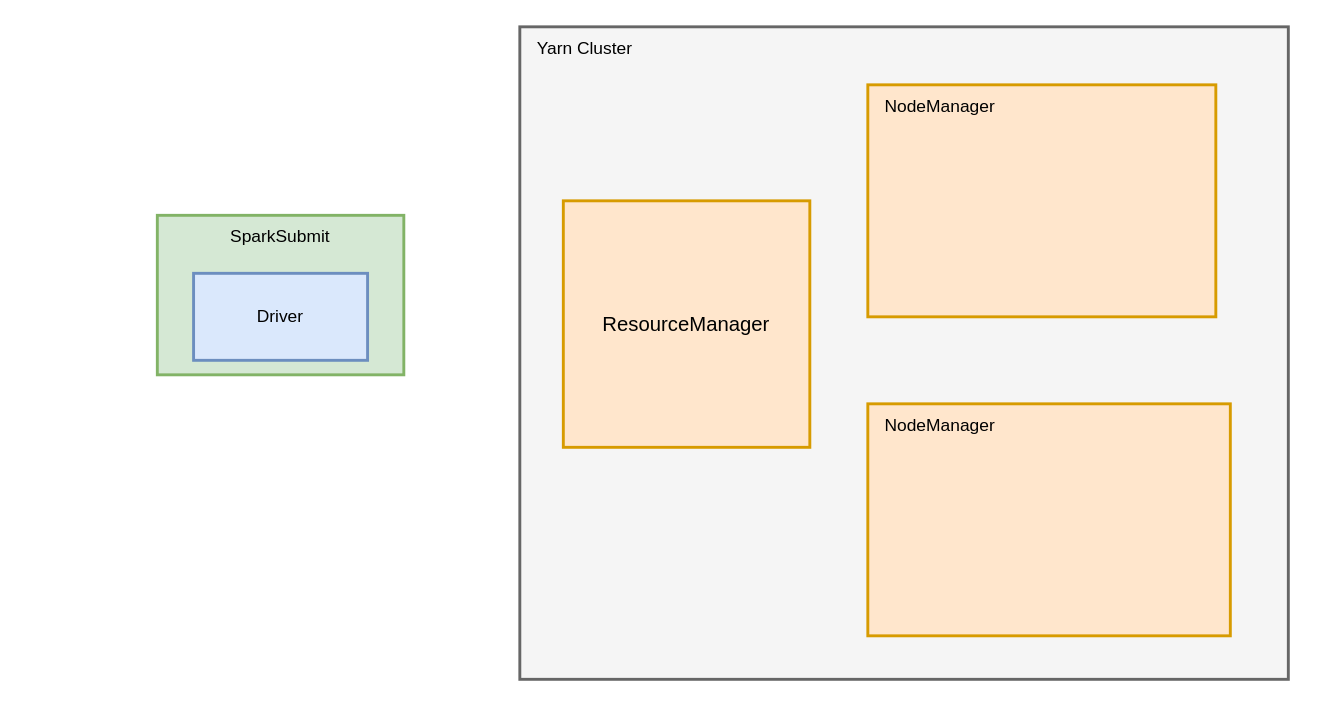
Earlier version of the draw.io diagram spark-client模式任务提交流程.drawio (wroldchinalee/drawio). Source tidied: cells renumbered, new cells numbered last; positions are measured from the earlier drawing's top-left corner, leaving out a move shared by most shapes. Both pictures are drawn from the tidied source at 145%, with x=0, y=0 at pixel (157, 26).
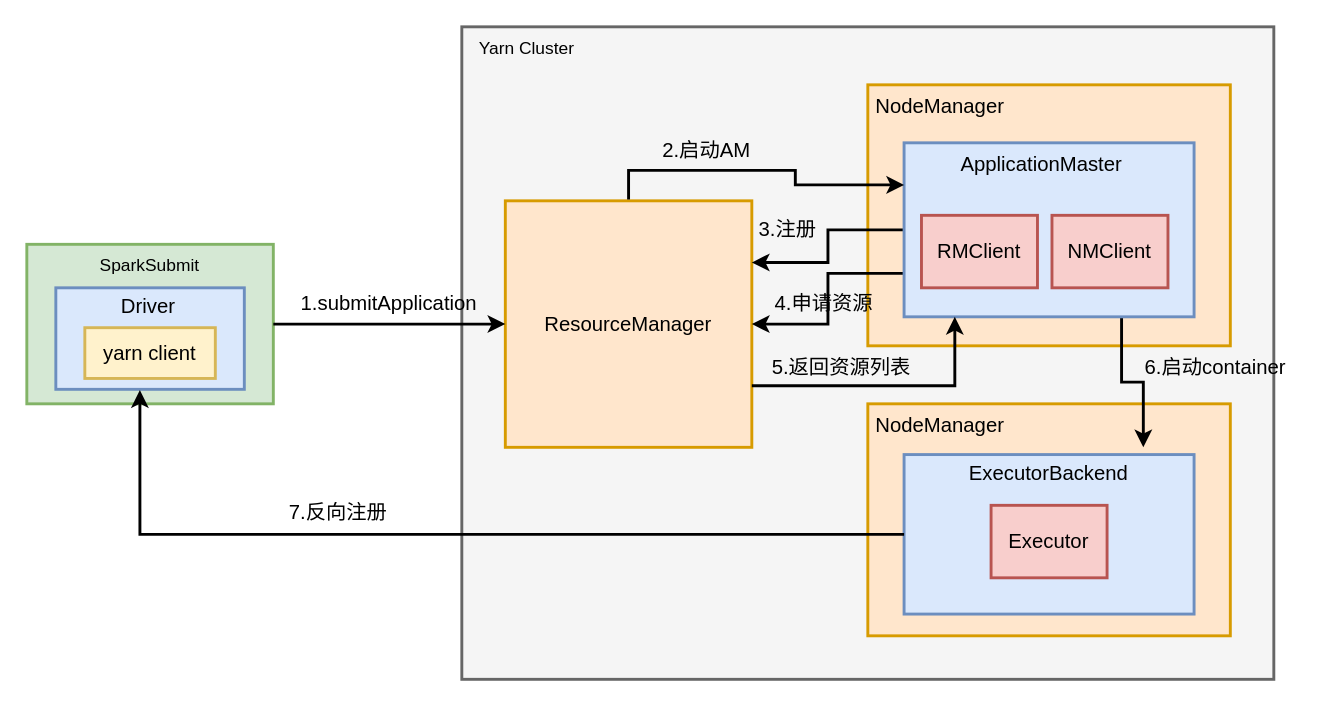
The same diagram, later.

Commit message:
更新spark-client模式任务提交流程.drawio

The edit, as a diff of the source:
```diff
@@
-    <mxCell id="2" style="rounded=0;whiteSpace=wrap;html=1;fillColor=#d5e8d4;strokeColor=#82b366;strokeWidth=2;" parent="1" vertex="1">
-      <mxGeometry y="130" width="170" height="110" as="geometry" />
-    </mxCell>
-    <mxCell id="3" value="SparkSubmit" style="text;html=1;strokeColor=none;fillColor=none;align=center;verticalAlign=middle;whiteSpace=wrap;rounded=0;strokeWidth=2;" parent="1" vertex="1">
-      <mxGeometry x="55" y="130" width="60" height="30" as="geometry" />
-    </mxCell>
-    <mxCell id="4" value="Driver" style="rounded=0;whiteSpace=wrap;html=1;strokeWidth=2;fillColor=#dae8fc;strokeColor=#6c8ebf;" parent="1" vertex="1">
-      <mxGeometry x="25" y="170" width="120" height="60" as="geometry" />
-    </mxCell>
     <mxCell id="5" style="rounded=0;whiteSpace=wrap;html=1;strokeWidth=2;fillColor=#f5f5f5;fontColor=#333333;strokeColor=#666666;" parent="1" vertex="1">
-      <mxGeometry x="250" width="530" height="450" as="geometry" />
+      <mxGeometry x="210" width="560" height="450" as="geometry" />
     </mxCell>
     <mxCell id="6" value="Yarn Cluster" style="text;html=1;strokeColor=none;fillColor=none;align=center;verticalAlign=middle;whiteSpace=wrap;rounded=0;strokeWidth=2;" parent="1" vertex="1">
-      <mxGeometry x="250" width="90" height="30" as="geometry" />
+      <mxGeometry x="210" width="90" height="30" as="geometry" />
     </mxCell>
     <mxCell id="7" value="&lt;font style=&quot;font-size: 14px;&quot;&gt;ResourceManager&lt;/font&gt;" style="rounded=0;whiteSpace=wrap;html=1;strokeWidth=2;fillColor=#ffe6cc;strokeColor=#d79b00;" parent="1" vertex="1">
-      <mxGeometry x="280" y="120" width="170" height="170" as="geometry" />
+      <mxGeometry x="240" y="120" width="170" height="170" as="geometry" />
     </mxCell>
     <mxCell id="8" style="rounded=0;whiteSpace=wrap;html=1;strokeWidth=2;fillColor=#ffe6cc;strokeColor=#d79b00;" parent="1" vertex="1">
-      <mxGeometry x="490" y="40" width="240" height="160" as="geometry" />
+      <mxGeometry x="490" y="40" width="250" height="180" as="geometry" />
     </mxCell>
-    <mxCell id="9" value="NodeManager" style="text;html=1;strokeColor=none;fillColor=none;align=center;verticalAlign=middle;whiteSpace=wrap;rounded=0;strokeWidth=2;" parent="1" vertex="1">
+    <mxCell id="9" value="&lt;font style=&quot;font-size: 14px;&quot;&gt;NodeManager&lt;/font&gt;" style="text;html=1;strokeColor=none;fillColor=none;align=center;verticalAlign=middle;whiteSpace=wrap;rounded=0;strokeWidth=2;" parent="1" vertex="1">
       <mxGeometry x="500" y="40" width="80" height="30" as="geometry" />
     </mxCell>
@@
-    <mxCell id="11" value="NodeManager" style="text;html=1;strokeColor=none;fillColor=none;align=center;verticalAlign=middle;whiteSpace=wrap;rounded=0;strokeWidth=2;" parent="1" vertex="1">
+    <mxCell id="11" value="&lt;font style=&quot;font-size: 14px;&quot;&gt;NodeManager&lt;/font&gt;" style="text;html=1;strokeColor=none;fillColor=none;align=center;verticalAlign=middle;whiteSpace=wrap;rounded=0;strokeWidth=2;" parent="1" vertex="1">
       <mxGeometry x="500" y="260" width="80" height="30" as="geometry" />
     </mxCell>
+    <mxCell id="12" style="edgeStyle=orthogonalEdgeStyle;rounded=0;jettySize=auto;html=1;entryX=1;entryY=0.25;entryDx=0;entryDy=0;strokeWidth=2;fontSize=14;" parent="1" edge="1" source="15" target="7">
+      <mxGeometry relative="1" as="geometry" />
+    </mxCell>
+    <mxCell id="13" style="edgeStyle=orthogonalEdgeStyle;rounded=0;jettySize=auto;html=1;exitX=0;exitY=0.75;exitDx=0;exitDy=0;strokeWidth=2;fontSize=14;" parent="1" edge="1" source="15" target="7">
+      <mxGeometry relative="1" as="geometry" />
+    </mxCell>
+    <mxCell id="14" style="edgeStyle=orthogonalEdgeStyle;rounded=0;jettySize=auto;html=1;exitX=0.75;exitY=1;exitDx=0;exitDy=0;entryX=1;entryY=0;entryDx=0;entryDy=0;strokeWidth=2;fontSize=14;" parent="1" edge="1" source="15" target="20">
+      <mxGeometry relative="1" as="geometry" />
+    </mxCell>
+    <mxCell id="15" style="rounded=0;whiteSpace=wrap;html=1;strokeWidth=2;fontSize=14;fillColor=#dae8fc;strokeColor=#6c8ebf;" parent="1" vertex="1">
+      <mxGeometry x="515" y="80" width="200" height="120" as="geometry" />
+    </mxCell>
+    <mxCell id="16" value="ApplicationMaster" style="text;html=1;strokeColor=none;fillColor=none;align=center;verticalAlign=middle;whiteSpace=wrap;rounded=0;strokeWidth=2;fontSize=14;" parent="1" vertex="1">
+      <mxGeometry x="580" y="80" width="60" height="30" as="geometry" />
+    </mxCell>
+    <mxCell id="17" value="RMClient" style="rounded=0;whiteSpace=wrap;html=1;strokeWidth=2;fontSize=14;fillColor=#f8cecc;strokeColor=#b85450;" parent="1" vertex="1">
+      <mxGeometry x="527" y="130" width="80" height="50" as="geometry" />
+    </mxCell>
+    <mxCell id="18" value="NMClient" style="rounded=0;whiteSpace=wrap;html=1;strokeWidth=2;fontSize=14;fillColor=#f8cecc;strokeColor=#b85450;" parent="1" vertex="1">
+      <mxGeometry x="617" y="130" width="80" height="50" as="geometry" />
+    </mxCell>
+    <mxCell id="19" style="rounded=0;whiteSpace=wrap;html=1;strokeWidth=2;fontSize=14;fillColor=#dae8fc;strokeColor=#6c8ebf;" parent="1" vertex="1">
+      <mxGeometry x="515" y="295" width="200" height="110" as="geometry" />
+    </mxCell>
+    <mxCell id="20" value="ExecutorBackend" style="text;html=1;strokeColor=none;fillColor=none;align=center;verticalAlign=middle;whiteSpace=wrap;rounded=0;strokeWidth=2;fontSize=14;" parent="1" vertex="1">
+      <mxGeometry x="550" y="290" width="130" height="35" as="geometry" />
+    </mxCell>
+    <mxCell id="21" value="Executor" style="rounded=0;whiteSpace=wrap;html=1;strokeWidth=2;fontSize=14;fillColor=#f8cecc;strokeColor=#b85450;" parent="1" vertex="1">
+      <mxGeometry x="575" y="330" width="80" height="50" as="geometry" />
+    </mxCell>
+    <mxCell id="22" style="group;" parent="1" vertex="1">
+      <mxGeometry x="-90" y="150" width="170" height="110" as="geometry" />
+    </mxCell>
+    <mxCell id="2" style="rounded=0;whiteSpace=wrap;html=1;fillColor=#d5e8d4;strokeColor=#82b366;strokeWidth=2;" parent="22" vertex="1">
+      <mxGeometry width="170" height="110" as="geometry" />
+    </mxCell>
+    <mxCell id="3" value="SparkSubmit" style="text;html=1;strokeColor=none;fillColor=none;align=center;verticalAlign=middle;whiteSpace=wrap;rounded=0;strokeWidth=2;" parent="22" vertex="1">
+      <mxGeometry x="55" width="60" height="30" as="geometry" />
+    </mxCell>
+    <mxCell id="4" style="rounded=0;whiteSpace=wrap;html=1;strokeWidth=2;fillColor=#dae8fc;strokeColor=#6c8ebf;" parent="22" vertex="1">
+      <mxGeometry x="20" y="30" width="130" height="70" as="geometry" />
+    </mxCell>
+    <mxCell id="23" value="Driver" style="text;html=1;strokeColor=none;fillColor=none;align=center;verticalAlign=middle;whiteSpace=wrap;rounded=0;strokeWidth=2;fontSize=14;" parent="22" vertex="1">
+      <mxGeometry x="54" y="30" width="60" height="25" as="geometry" />
+    </mxCell>
+    <mxCell id="24" value="yarn client" style="rounded=0;whiteSpace=wrap;html=1;strokeWidth=2;fontSize=14;fillColor=#fff2cc;strokeColor=#d6b656;" parent="22" vertex="1">
+      <mxGeometry x="40" y="57.5" width="90" height="35" as="geometry" />
+    </mxCell>
+    <mxCell id="25" style="edgeStyle=orthogonalEdgeStyle;rounded=0;jettySize=auto;html=1;fontSize=14;strokeWidth=2;" parent="1" edge="1" source="2" target="7">
+      <mxGeometry relative="1" as="geometry" />
+    </mxCell>
+    <mxCell id="26" value="1.submitApplication" style="text;html=1;strokeColor=none;fillColor=none;align=center;verticalAlign=middle;whiteSpace=wrap;rounded=0;strokeWidth=2;fontSize=14;" parent="1" vertex="1">
+      <mxGeometry x="130" y="176" width="60" height="30" as="geometry" />
+    </mxCell>
+    <mxCell id="27" style="edgeStyle=orthogonalEdgeStyle;rounded=0;orthogonalLoop=1;jettySize=auto;html=1;entryX=0;entryY=0.25;entryDx=0;entryDy=0;strokeWidth=2;fontSize=14;exitX=0.5;exitY=0;exitDx=0;exitDy=0;" parent="1" edge="1">
+      <mxGeometry relative="1" as="geometry">
+        <mxPoint x="325" y="119" as="sourcePoint" />
+        <mxPoint x="515" y="109" as="targetPoint" />
+        <Array as="points">
+          <mxPoint x="325" y="99" />
+          <mxPoint x="440" y="99" />
+          <mxPoint x="440" y="109" />
+        </Array>
+      </mxGeometry>
+    </mxCell>
+    <mxCell id="28" value="2.启动AM" style="text;html=1;strokeColor=none;fillColor=none;align=center;verticalAlign=middle;whiteSpace=wrap;rounded=0;strokeWidth=2;fontSize=14;" parent="1" vertex="1">
+      <mxGeometry x="324" y="70" width="110" height="30" as="geometry" />
+    </mxCell>
+    <mxCell id="29" value="3.注册" style="text;html=1;strokeColor=none;fillColor=none;align=center;verticalAlign=middle;whiteSpace=wrap;rounded=0;strokeWidth=2;fontSize=14;" parent="1" vertex="1">
+      <mxGeometry x="380" y="125" width="110" height="30" as="geometry" />
+    </mxCell>
+    <mxCell id="30" value="4.申请资源" style="text;html=1;strokeColor=none;fillColor=none;align=center;verticalAlign=middle;whiteSpace=wrap;rounded=0;strokeWidth=2;fontSize=14;" parent="1" vertex="1">
+      <mxGeometry x="405" y="176" width="110" height="30" as="geometry" />
+    </mxCell>
+    <mxCell id="31" value="5.返回资源列表" style="text;html=1;strokeColor=none;fillColor=none;align=center;verticalAlign=middle;whiteSpace=wrap;rounded=0;strokeWidth=2;fontSize=14;" parent="1" vertex="1">
+      <mxGeometry x="417" y="220" width="110" height="30" as="geometry" />
+    </mxCell>
+    <mxCell id="32" style="edgeStyle=orthogonalEdgeStyle;rounded=0;jettySize=auto;html=1;exitX=1;exitY=0.75;exitDx=0;exitDy=0;entryX=0.175;entryY=1;entryDx=0;entryDy=0;entryPerimeter=0;strokeWidth=2;fontSize=14;" parent="1" edge="1" source="7" target="15">
+      <mxGeometry relative="1" as="geometry" />
+    </mxCell>
+    <mxCell id="33" value="6.启动container" style="text;html=1;strokeColor=none;fillColor=none;align=center;verticalAlign=middle;whiteSpace=wrap;rounded=0;strokeWidth=2;fontSize=14;" parent="1" vertex="1">
+      <mxGeometry x="670" y="220" width="120" height="30" as="geometry" />
+    </mxCell>
+    <mxCell id="34" style="edgeStyle=orthogonalEdgeStyle;rounded=0;jettySize=auto;html=1;exitX=0;exitY=0.5;exitDx=0;exitDy=0;strokeWidth=2;fontSize=14;entryX=0.446;entryY=1.007;entryDx=0;entryDy=0;entryPerimeter=0;" parent="1" edge="1" source="19" target="4">
+      <mxGeometry relative="1" as="geometry" />
+    </mxCell>
+    <mxCell id="35" value="7.反向注册" style="text;html=1;strokeColor=none;fillColor=none;align=center;verticalAlign=middle;whiteSpace=wrap;rounded=0;strokeWidth=2;fontSize=14;" parent="1" vertex="1">
+      <mxGeometry x="80" y="320" width="90" height="30" as="geometry" />
+    </mxCell>
```
